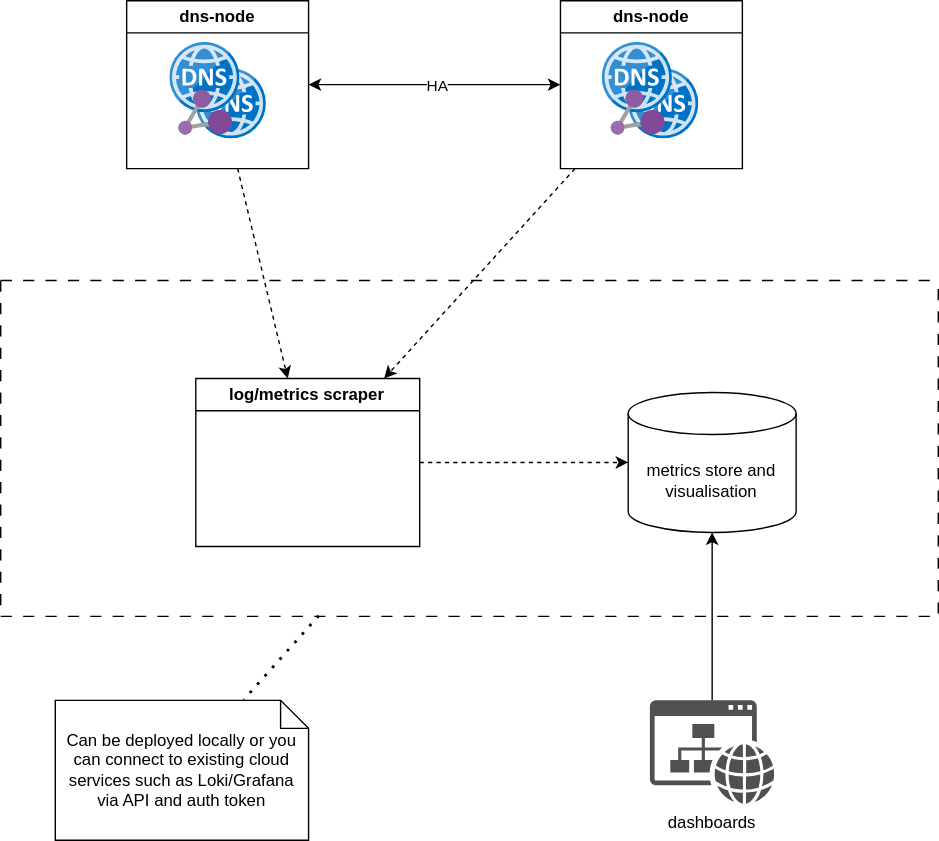
Before: .files/ha-sinkhole-architecture-overview.drawio.svg, a diagram exported from draw.io (davison/ha-sinkhole). Source tidied: cells renumbered, new cells last; positions are measured from the earlier drawing's top-left corner, leaving out a move shared by most shapes. Source of this version:
```xml
<mxGraphModel>
  <root>
    <mxCell id="0" />
    <mxCell id="1" parent="0" />
    <mxCell id="2" style="swimlane;startSize=0;dashed=1;dashPattern=8 8;" parent="1" vertex="1">
      <mxGeometry y="200" width="670" height="240" as="geometry" />
    </mxCell>
    <mxCell id="3" value="metrics store and visualisation" style="shape=cylinder3;whiteSpace=wrap;html=1;boundedLbl=1;backgroundOutline=1;size=15;" parent="2" vertex="1">
      <mxGeometry x="448.4" y="80" width="120" height="100" as="geometry" />
    </mxCell>
    <mxCell id="4" value="log/metrics scraper" style="swimlane;whiteSpace=wrap;html=1;" parent="2" vertex="1">
      <mxGeometry x="139.4" y="70" width="160" height="120" as="geometry" />
    </mxCell>
    <mxCell id="5" style="endArrow=classic;html=1;rounded=0;dashed=1;" parent="2" edge="1" source="4" target="3">
      <mxGeometry relative="1" as="geometry" />
    </mxCell>
    <mxCell id="6" value="dns-node" style="swimlane;whiteSpace=wrap;html=1;" parent="1" vertex="1">
      <mxGeometry x="90" width="130" height="120" as="geometry" />
    </mxCell>
    <mxCell id="7" style="group;" parent="6" vertex="1">
      <mxGeometry x="31" y="30" width="69" height="80" as="geometry" />
    </mxCell>
    <mxCell id="8" style="image;sketch=0;html=1;align=center;fontSize=12;image=img/lib/mscae/DNS.svg;" parent="7" vertex="1">
      <mxGeometry x="18.8" y="18.8" width="50.2" height="50.2" as="geometry" />
    </mxCell>
    <mxCell id="9" style="image;sketch=0;html=1;align=center;fontSize=12;image=img/lib/mscae/DNS.svg;" parent="7" vertex="1">
      <mxGeometry width="50.2" height="50.2" as="geometry" />
    </mxCell>
    <mxCell id="10" style="image;sketch=0;html=1;align=center;fontSize=12;image=img/lib/mscae/Resource_Graph_Explorer.svg;rotation=-60;" parent="7" vertex="1">
      <mxGeometry x="9.4" y="37.6" width="35.3" height="36.1" as="geometry" />
    </mxCell>
    <mxCell id="11" value="dns-node" style="swimlane;whiteSpace=wrap;html=1;" parent="1" vertex="1">
      <mxGeometry x="400" width="130" height="120" as="geometry" />
    </mxCell>
    <mxCell id="12" style="group;" parent="11" vertex="1">
      <mxGeometry x="30" y="30" width="69" height="80" as="geometry" />
    </mxCell>
    <mxCell id="13" style="image;sketch=0;html=1;align=center;fontSize=12;image=img/lib/mscae/DNS.svg;" parent="12" vertex="1">
      <mxGeometry x="18.8" y="18.8" width="50.2" height="50.2" as="geometry" />
    </mxCell>
    <mxCell id="14" style="image;sketch=0;html=1;align=center;fontSize=12;image=img/lib/mscae/DNS.svg;" parent="12" vertex="1">
      <mxGeometry width="50.2" height="50.2" as="geometry" />
    </mxCell>
    <mxCell id="15" style="image;sketch=0;html=1;align=center;fontSize=12;image=img/lib/mscae/Resource_Graph_Explorer.svg;rotation=-60;" parent="12" vertex="1">
      <mxGeometry x="9.4" y="37.6" width="35.3" height="36.1" as="geometry" />
    </mxCell>
    <mxCell id="16" style="endArrow=classic;startArrow=classic;html=1;rounded=0;" parent="1" edge="1" source="6" target="11">
      <mxGeometry relative="1" as="geometry" />
    </mxCell>
    <mxCell id="17" value="HA" style="edgeLabel;html=1;align=center;verticalAlign=middle;" parent="16" vertex="1">
      <mxGeometry x="-0.28" relative="1" as="geometry">
        <mxPoint x="26" as="offset" />
      </mxGeometry>
    </mxCell>
    <mxCell id="18" style="endArrow=classic;html=1;rounded=0;dashed=1;" parent="1" edge="1" source="11" target="4">
      <mxGeometry relative="1" as="geometry" />
    </mxCell>
    <mxCell id="19" style="endArrow=classic;html=1;rounded=0;dashed=1;" parent="1" edge="1" source="6" target="4">
      <mxGeometry relative="1" as="geometry" />
    </mxCell>
    <mxCell id="20" value="dashboards" style="sketch=0;shadow=0;dashed=0;html=1;strokeColor=none;fillColor=#505050;labelPosition=center;verticalLabelPosition=bottom;verticalAlign=top;outlineConnect=0;align=center;shape=mxgraph.office.concepts.website;" parent="1" vertex="1">
      <mxGeometry x="463.9" y="500" width="89" height="73.9" as="geometry" />
    </mxCell>
    <mxCell id="21" style="endArrow=classic;html=1;rounded=0;" parent="1" edge="1" source="20" target="3">
      <mxGeometry relative="1" as="geometry" />
    </mxCell>
    <mxCell id="22" value="Can be deployed locally or you can connect to existing cloud services such as Loki/Grafana via API and auth token" style="shape=note;size=20;whiteSpace=wrap;html=1;fillColor=light-dark(#FFFFFF,#666600);" parent="1" vertex="1">
      <mxGeometry x="39" y="500" width="181" height="100" as="geometry" />
    </mxCell>
    <mxCell id="23" style="endArrow=none;dashed=1;html=1;dashPattern=1 3;strokeWidth=2;rounded=0;" parent="1" edge="1" source="2" target="22">
      <mxGeometry relative="1" as="geometry" />
    </mxCell>
  </root>
</mxGraphModel>
```
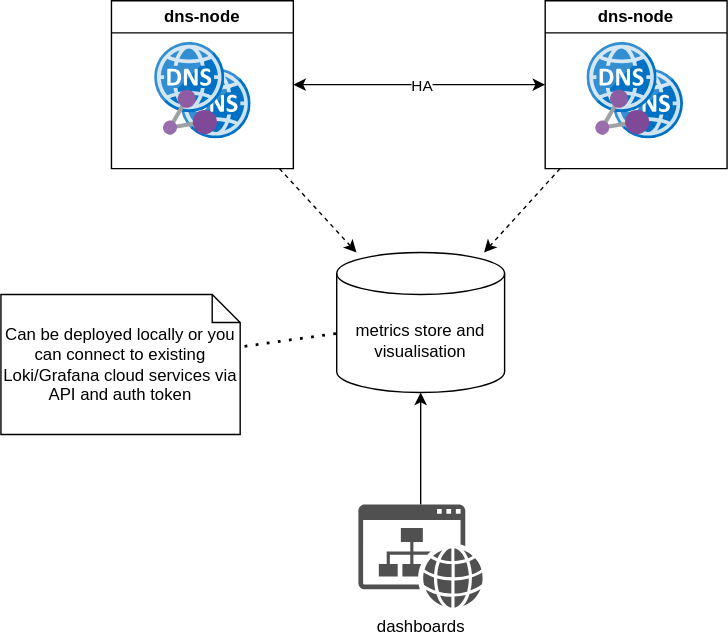
After the commit.

The edit, as a diff of the source:
```diff
@@ -2,18 +2,6 @@
   <root>
     <mxCell id="0" />
     <mxCell id="1" parent="0" />
-    <mxCell id="2" style="swimlane;startSize=0;dashed=1;dashPattern=8 8;" parent="1" vertex="1">
-      <mxGeometry y="200" width="670" height="240" as="geometry" />
-    </mxCell>
-    <mxCell id="3" value="metrics store and visualisation" style="shape=cylinder3;whiteSpace=wrap;html=1;boundedLbl=1;backgroundOutline=1;size=15;" parent="2" vertex="1">
-      <mxGeometry x="448.4" y="80" width="120" height="100" as="geometry" />
-    </mxCell>
-    <mxCell id="4" value="log/metrics scraper" style="swimlane;whiteSpace=wrap;html=1;" parent="2" vertex="1">
-      <mxGeometry x="139.4" y="70" width="160" height="120" as="geometry" />
-    </mxCell>
-    <mxCell id="5" style="endArrow=classic;html=1;rounded=0;dashed=1;" parent="2" edge="1" source="4" target="3">
-      <mxGeometry relative="1" as="geometry" />
-    </mxCell>
     <mxCell id="6" value="dns-node" style="swimlane;whiteSpace=wrap;html=1;" parent="1" vertex="1">
       <mxGeometry x="90" width="130" height="120" as="geometry" />
     </mxCell>
@@ -52,23 +40,26 @@
         <mxPoint x="26" as="offset" />
       </mxGeometry>
     </mxCell>
-    <mxCell id="18" style="endArrow=classic;html=1;rounded=0;dashed=1;" parent="1" edge="1" source="11" target="4">
+    <mxCell id="18" style="endArrow=classic;html=1;rounded=0;dashed=1;" parent="1" edge="1" source="11" target="3">
       <mxGeometry relative="1" as="geometry" />
     </mxCell>
-    <mxCell id="19" style="endArrow=classic;html=1;rounded=0;dashed=1;" parent="1" edge="1" source="6" target="4">
+    <mxCell id="19" style="endArrow=classic;html=1;rounded=0;dashed=1;" parent="1" edge="1" source="6" target="3">
       <mxGeometry relative="1" as="geometry" />
     </mxCell>
     <mxCell id="20" value="dashboards" style="sketch=0;shadow=0;dashed=0;html=1;strokeColor=none;fillColor=#505050;labelPosition=center;verticalLabelPosition=bottom;verticalAlign=top;outlineConnect=0;align=center;shape=mxgraph.office.concepts.website;" parent="1" vertex="1">
-      <mxGeometry x="463.9" y="500" width="89" height="73.9" as="geometry" />
+      <mxGeometry x="266.5" y="360" width="89" height="73.9" as="geometry" />
     </mxCell>
     <mxCell id="21" style="endArrow=classic;html=1;rounded=0;" parent="1" edge="1" source="20" target="3">
       <mxGeometry relative="1" as="geometry" />
     </mxCell>
-    <mxCell id="22" value="Can be deployed locally or you can connect to existing cloud services such as Loki/Grafana via API and auth token" style="shape=note;size=20;whiteSpace=wrap;html=1;fillColor=light-dark(#FFFFFF,#666600);" parent="1" vertex="1">
-      <mxGeometry x="39" y="500" width="181" height="100" as="geometry" />
+    <mxCell id="22" value="Can be deployed locally or you can connect to existing Loki/Grafana cloud services via API and auth token" style="shape=note;size=20;whiteSpace=wrap;html=1;fillColor=light-dark(#FFFFFF,#666600);" parent="1" vertex="1">
+      <mxGeometry x="11" y="210" width="171" height="100" as="geometry" />
     </mxCell>
-    <mxCell id="23" style="endArrow=none;dashed=1;html=1;dashPattern=1 3;strokeWidth=2;rounded=0;" parent="1" edge="1" source="2" target="22">
+    <mxCell id="23" style="endArrow=none;dashed=1;html=1;dashPattern=1 3;strokeWidth=2;rounded=0;" parent="1" edge="1" source="3" target="22">
       <mxGeometry relative="1" as="geometry" />
     </mxCell>
+    <mxCell id="3" value="metrics store and visualisation" style="shape=cylinder3;whiteSpace=wrap;html=1;boundedLbl=1;backgroundOutline=1;size=15;" parent="1" vertex="1">
+      <mxGeometry x="251" y="180" width="120" height="100" as="geometry" />
+    </mxCell>
   </root>
 </mxGraphModel>
```
